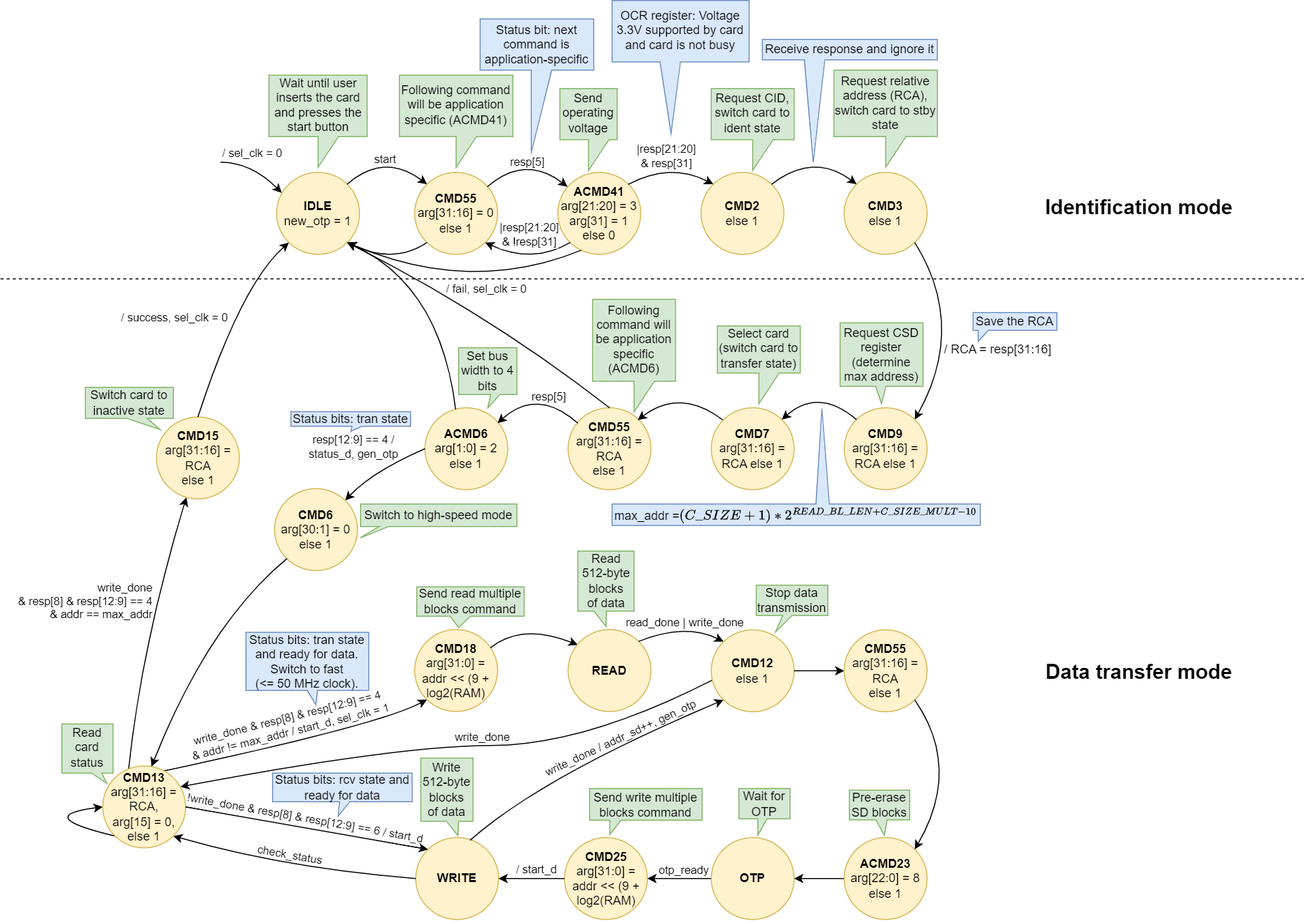
sirazenkov/GhostSD keeps this draw.io diagram as docs/SD/SD_fpga_states.png. Above is the earlier version. Source tidied: cells renumbered, new cells last; positions are measured from the earlier drawing's top-left corner, leaving out a move shared by most shapes.
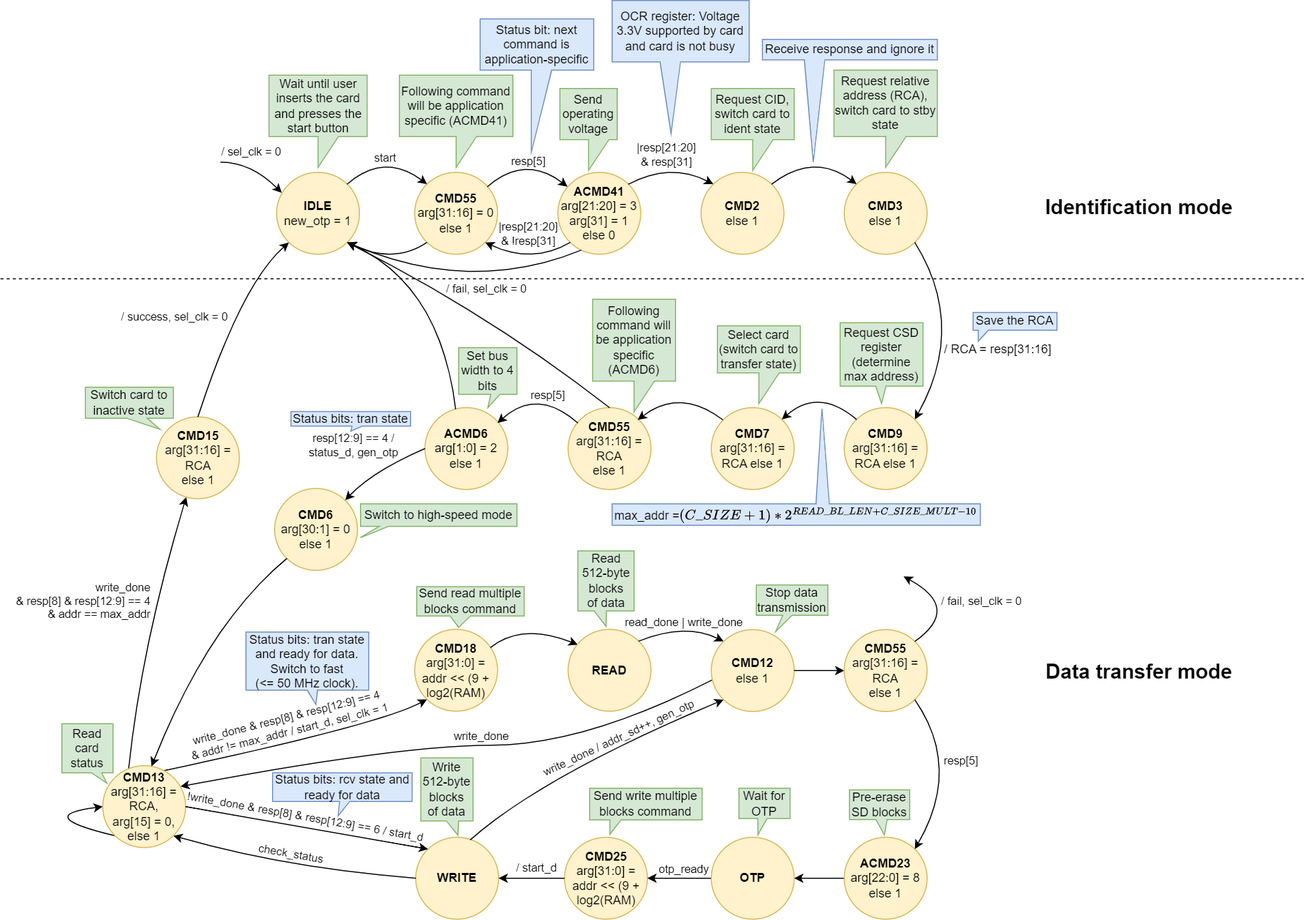
After the change.

Commit message:
Fixed issue in CMD55 state on SD controller FSM diagram

What changed in the source:
```diff
@@ -458,8 +458,26 @@
         </Array>
       </mxGeometry>
     </mxCell>
+    <mxCell id="103" value="resp[5]" style="edgeLabel;html=1;align=center;verticalAlign=middle;" parent="101" vertex="1">
+      <mxGeometry x="-0.54" y="-5" relative="1" as="geometry">
+        <mxPoint x="26" y="23" as="offset" />
+      </mxGeometry>
+    </mxCell>
     <mxCell id="102" value="Switch to high-speed mode" style="shape=callout;whiteSpace=wrap;html=1;perimeter=calloutPerimeter;fillColor=#d5e8d4;strokeColor=#82b366;size=11;position=0.12;base=9;position2=0;" parent="1" vertex="1">
       <mxGeometry x="352" y="492" width="153" height="33" as="geometry" />
     </mxCell>
+    <mxCell id="104" style="curved=1;endArrow=classic;html=1;rounded=0;exitX=1;exitY=0;exitDx=0;exitDy=0;" parent="1" edge="1" source="100">
+      <mxGeometry relative="1" as="geometry">
+        <mxPoint x="883" y="563" as="targetPoint" />
+        <Array as="points">
+          <mxPoint x="940" y="594" />
+        </Array>
+      </mxGeometry>
+    </mxCell>
+    <mxCell id="105" value="/ fail, sel_clk = 0" style="edgeLabel;html=1;align=center;verticalAlign=middle;" parent="104" vertex="1">
+      <mxGeometry x="-0.54" y="-5" relative="1" as="geometry">
+        <mxPoint x="39" y="-28" as="offset" />
+      </mxGeometry>
+    </mxCell>
   </root>
 </mxGraphModel>
```
